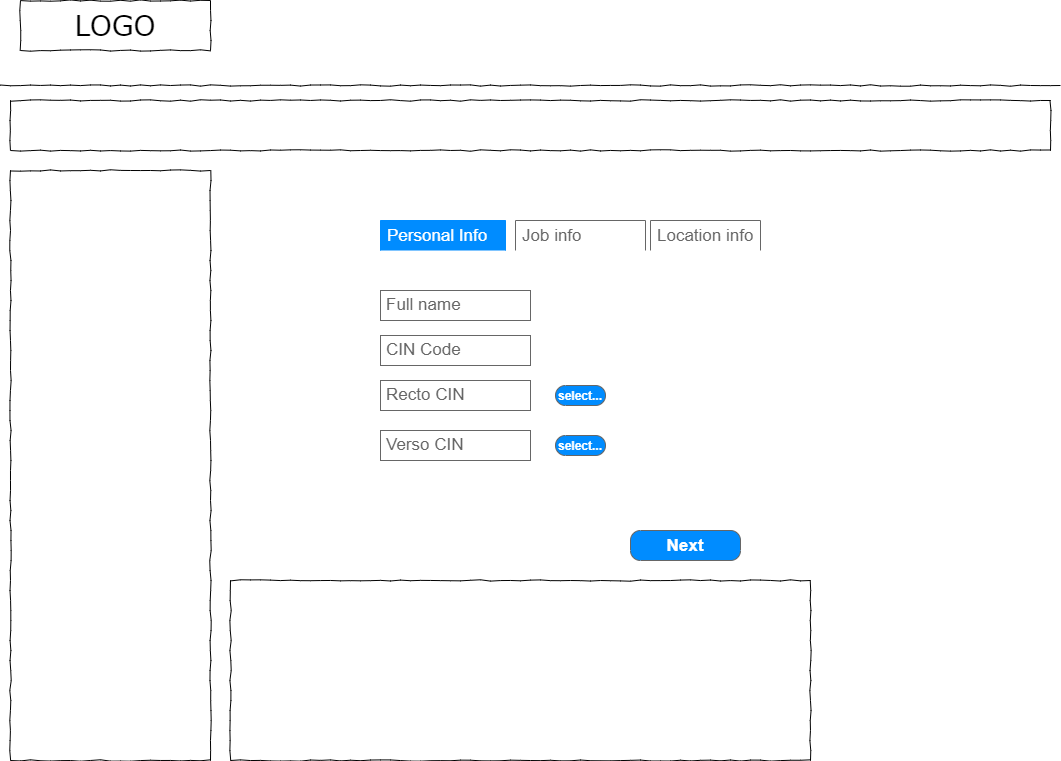
incepter/Tayssir keeps this draw.io diagram as resources/wireframes/userRequestor/picture/UserRequestorForm1.png. Above is the earlier version. Source tidied: cells renumbered, new cells last; positions are measured from the earlier drawing's top-left corner, leaving out a move shared by most shapes. Its diagram source:
```xml
<mxGraphModel background="#ffffff">
  <root>
    <mxCell id="0" />
    <mxCell id="1" parent="0" />
    <mxCell id="2" value="LOGO" style="whiteSpace=wrap;html=1;rounded=0;shadow=0;labelBackgroundColor=none;strokeWidth=1;fontFamily=Verdana;fontSize=28;align=center;comic=1;" parent="1" vertex="1">
      <mxGeometry x="20" width="190" height="50" as="geometry" />
    </mxCell>
    <mxCell id="3" style="whiteSpace=wrap;html=1;rounded=0;shadow=0;labelBackgroundColor=none;strokeWidth=1;fillColor=none;fontFamily=Verdana;fontSize=12;align=center;comic=1;" parent="1" vertex="1">
      <mxGeometry x="10" y="170" width="200" height="590" as="geometry" />
    </mxCell>
    <mxCell id="4" style="line;strokeWidth=1;html=1;rounded=0;shadow=0;labelBackgroundColor=none;fillColor=none;fontFamily=Verdana;fontSize=14;fontColor=#000000;align=center;comic=1;" parent="1" vertex="1">
      <mxGeometry y="80" width="1060" height="10" as="geometry" />
    </mxCell>
    <mxCell id="5" style="whiteSpace=wrap;html=1;rounded=0;shadow=0;labelBackgroundColor=none;strokeWidth=1;fillColor=none;fontFamily=Verdana;fontSize=12;align=center;comic=1;" parent="1" vertex="1">
      <mxGeometry x="10" y="100" width="1040" height="50" as="geometry" />
    </mxCell>
    <mxCell id="6" value="&lt;div style=&quot;text-align: justify&quot;&gt;&lt;br&gt;&lt;/div&gt;" style="whiteSpace=wrap;html=1;rounded=0;shadow=0;labelBackgroundColor=none;strokeWidth=1;fillColor=none;fontFamily=Verdana;fontSize=12;align=center;verticalAlign=top;spacing=10;comic=1;" parent="1" vertex="1">
      <mxGeometry x="230" y="580" width="580" height="180" as="geometry" />
    </mxCell>
    <mxCell id="7" value="Personal Info" style="strokeWidth=1;shadow=0;dashed=0;align=center;html=1;shape=mxgraph.mockup.forms.uRect;fontSize=17;fontColor=#ffffff;align=left;spacingLeft=5;strokeColor=#008cff;fillColor=#008cff;" parent="1" vertex="1">
      <mxGeometry x="380" y="220" width="125" height="30" as="geometry" />
    </mxCell>
    <mxCell id="8" value="Location info" style="strokeWidth=1;shadow=0;dashed=0;align=center;html=1;shape=mxgraph.mockup.forms.uRect;fontSize=17;fontColor=#666666;align=left;spacingLeft=5;strokeColor=#666666;" parent="1" vertex="1">
      <mxGeometry x="650" y="220" width="110" height="30" as="geometry" />
    </mxCell>
    <mxCell id="9" value="Job info" style="strokeWidth=1;shadow=0;dashed=0;align=center;html=1;shape=mxgraph.mockup.forms.uRect;fontSize=17;fontColor=#666666;align=left;spacingLeft=5;strokeColor=#666666;" parent="1" vertex="1">
      <mxGeometry x="515" y="220" width="130" height="30" as="geometry" />
    </mxCell>
    <mxCell id="10" value="Full name" style="strokeWidth=1;shadow=0;dashed=0;align=center;html=1;shape=mxgraph.mockup.text.textBox;fontColor=#666666;align=left;fontSize=17;spacingLeft=4;spacingTop=-3;strokeColor=#666666;mainText=;" parent="1" vertex="1">
      <mxGeometry x="380" y="290" width="150" height="30" as="geometry" />
    </mxCell>
    <mxCell id="11" value="CIN Code" style="strokeWidth=1;shadow=0;dashed=0;align=center;html=1;shape=mxgraph.mockup.text.textBox;fontColor=#666666;align=left;fontSize=17;spacingLeft=4;spacingTop=-3;strokeColor=#666666;mainText=;" parent="1" vertex="1">
      <mxGeometry x="380" y="335" width="150" height="30" as="geometry" />
    </mxCell>
    <mxCell id="12" value="Recto CIN" style="strokeWidth=1;shadow=0;dashed=0;align=center;html=1;shape=mxgraph.mockup.text.textBox;fontColor=#666666;align=left;fontSize=17;spacingLeft=4;spacingTop=-3;strokeColor=#666666;mainText=;" parent="1" vertex="1">
      <mxGeometry x="380" y="380" width="150" height="30" as="geometry" />
    </mxCell>
    <mxCell id="13" value="Verso CIN" style="strokeWidth=1;shadow=0;dashed=0;align=center;html=1;shape=mxgraph.mockup.text.textBox;fontColor=#666666;align=left;fontSize=17;spacingLeft=4;spacingTop=-3;strokeColor=#666666;mainText=;" parent="1" vertex="1">
      <mxGeometry x="380" y="430" width="150" height="30" as="geometry" />
    </mxCell>
    <mxCell id="14" value="select..." style="strokeWidth=1;shadow=0;dashed=0;align=center;html=1;shape=mxgraph.mockup.buttons.button;strokeColor=#666666;fontColor=#ffffff;mainText=;buttonStyle=round;fontSize=12;fontStyle=1;fillColor=#008cff;whiteSpace=wrap;" parent="1" vertex="1">
      <mxGeometry x="555" y="385" width="50" height="20" as="geometry" />
    </mxCell>
    <mxCell id="15" value="select..." style="strokeWidth=1;shadow=0;dashed=0;align=center;html=1;shape=mxgraph.mockup.buttons.button;strokeColor=#666666;fontColor=#ffffff;mainText=;buttonStyle=round;fontSize=12;fontStyle=1;fillColor=#008cff;whiteSpace=wrap;" parent="1" vertex="1">
      <mxGeometry x="555" y="435" width="50" height="20" as="geometry" />
    </mxCell>
    <mxCell id="16" value="Next" style="strokeWidth=1;shadow=0;dashed=0;align=center;html=1;shape=mxgraph.mockup.buttons.button;strokeColor=#666666;fontColor=#ffffff;mainText=;buttonStyle=round;fontSize=17;fontStyle=1;fillColor=#008cff;whiteSpace=wrap;" parent="1" vertex="1">
      <mxGeometry x="630" y="530" width="110" height="30" as="geometry" />
    </mxCell>
  </root>
</mxGraphModel>
```
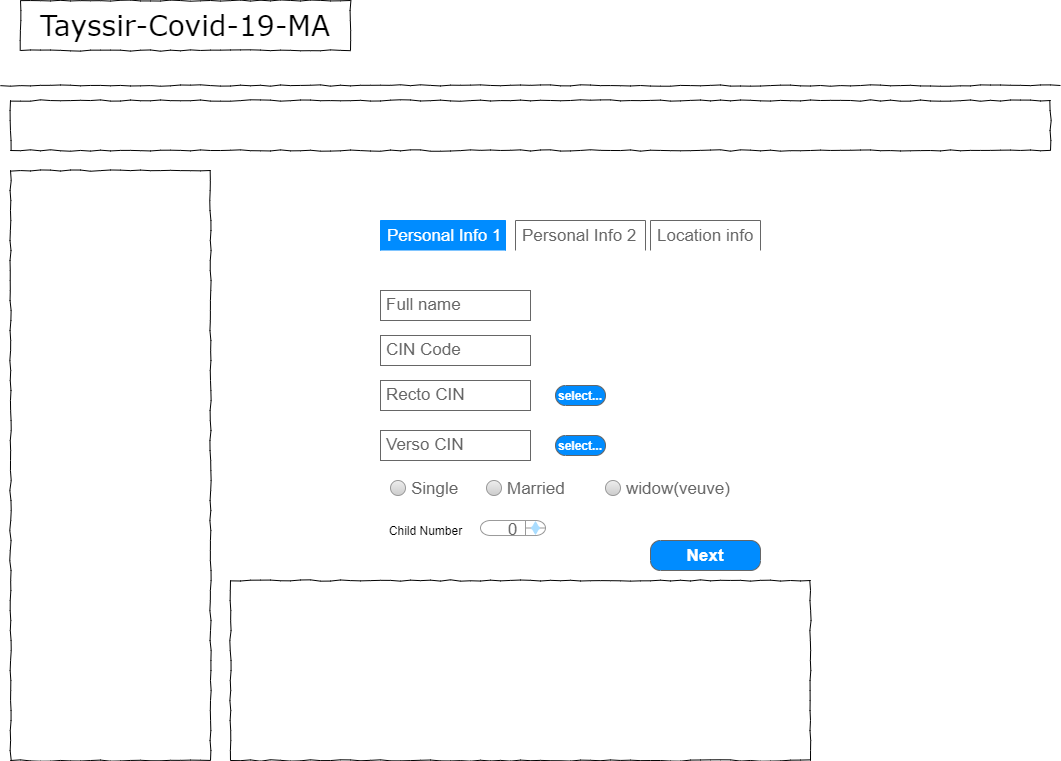
After the change.

Commit message:
[YMI][Tayssir] : Create JS examples and TS models for data to be used #4 -Add Ramed and Family status information

Change to the diagram source:
```diff
@@ -2,9 +2,6 @@
   <root>
     <mxCell id="0" />
     <mxCell id="1" parent="0" />
-    <mxCell id="2" value="LOGO" style="whiteSpace=wrap;html=1;rounded=0;shadow=0;labelBackgroundColor=none;strokeWidth=1;fontFamily=Verdana;fontSize=28;align=center;comic=1;" parent="1" vertex="1">
-      <mxGeometry x="20" width="190" height="50" as="geometry" />
-    </mxCell>
     <mxCell id="3" style="whiteSpace=wrap;html=1;rounded=0;shadow=0;labelBackgroundColor=none;strokeWidth=1;fillColor=none;fontFamily=Verdana;fontSize=12;align=center;comic=1;" parent="1" vertex="1">
       <mxGeometry x="10" y="170" width="200" height="590" as="geometry" />
     </mxCell>
@@ -17,13 +14,13 @@
     <mxCell id="6" value="&lt;div style=&quot;text-align: justify&quot;&gt;&lt;br&gt;&lt;/div&gt;" style="whiteSpace=wrap;html=1;rounded=0;shadow=0;labelBackgroundColor=none;strokeWidth=1;fillColor=none;fontFamily=Verdana;fontSize=12;align=center;verticalAlign=top;spacing=10;comic=1;" parent="1" vertex="1">
       <mxGeometry x="230" y="580" width="580" height="180" as="geometry" />
     </mxCell>
-    <mxCell id="7" value="Personal Info" style="strokeWidth=1;shadow=0;dashed=0;align=center;html=1;shape=mxgraph.mockup.forms.uRect;fontSize=17;fontColor=#ffffff;align=left;spacingLeft=5;strokeColor=#008cff;fillColor=#008cff;" parent="1" vertex="1">
+    <mxCell id="7" value="Personal Info 1" style="strokeWidth=1;shadow=0;dashed=0;align=center;html=1;shape=mxgraph.mockup.forms.uRect;fontSize=17;fontColor=#ffffff;align=left;spacingLeft=5;strokeColor=#008cff;fillColor=#008cff;" parent="1" vertex="1">
       <mxGeometry x="380" y="220" width="125" height="30" as="geometry" />
     </mxCell>
     <mxCell id="8" value="Location info" style="strokeWidth=1;shadow=0;dashed=0;align=center;html=1;shape=mxgraph.mockup.forms.uRect;fontSize=17;fontColor=#666666;align=left;spacingLeft=5;strokeColor=#666666;" parent="1" vertex="1">
       <mxGeometry x="650" y="220" width="110" height="30" as="geometry" />
     </mxCell>
-    <mxCell id="9" value="Job info" style="strokeWidth=1;shadow=0;dashed=0;align=center;html=1;shape=mxgraph.mockup.forms.uRect;fontSize=17;fontColor=#666666;align=left;spacingLeft=5;strokeColor=#666666;" parent="1" vertex="1">
+    <mxCell id="9" value="Personal Info 2" style="strokeWidth=1;shadow=0;dashed=0;align=center;html=1;shape=mxgraph.mockup.forms.uRect;fontSize=17;fontColor=#666666;align=left;spacingLeft=5;strokeColor=#666666;" parent="1" vertex="1">
       <mxGeometry x="515" y="220" width="130" height="30" as="geometry" />
     </mxCell>
     <mxCell id="10" value="Full name" style="strokeWidth=1;shadow=0;dashed=0;align=center;html=1;shape=mxgraph.mockup.text.textBox;fontColor=#666666;align=left;fontSize=17;spacingLeft=4;spacingTop=-3;strokeColor=#666666;mainText=;" parent="1" vertex="1">
@@ -45,7 +42,25 @@
       <mxGeometry x="555" y="435" width="50" height="20" as="geometry" />
     </mxCell>
     <mxCell id="16" value="Next" style="strokeWidth=1;shadow=0;dashed=0;align=center;html=1;shape=mxgraph.mockup.buttons.button;strokeColor=#666666;fontColor=#ffffff;mainText=;buttonStyle=round;fontSize=17;fontStyle=1;fillColor=#008cff;whiteSpace=wrap;" parent="1" vertex="1">
-      <mxGeometry x="630" y="530" width="110" height="30" as="geometry" />
+      <mxGeometry x="650" y="540" width="110" height="30" as="geometry" />
     </mxCell>
+    <mxCell id="17" value="Tayssir-Covid-19-MA" style="whiteSpace=wrap;html=1;rounded=0;shadow=0;labelBackgroundColor=none;strokeWidth=1;fontFamily=Verdana;fontSize=28;align=center;comic=1;" parent="1" vertex="1">
+      <mxGeometry x="20" width="330" height="50" as="geometry" />
+    </mxCell>
+    <mxCell id="18" value="Single" style="shape=ellipse;fillColor=#eeeeee;strokeColor=#999999;gradientColor=#cccccc;html=1;align=left;spacingLeft=4;fontSize=17;fontColor=#666666;labelPosition=right;shadow=0;noLabel=0;labelPadding=1;" parent="1" vertex="1">
+      <mxGeometry x="390" y="480" width="15" height="15" as="geometry" />
+    </mxCell>
+    <mxCell id="19" value="Married" style="shape=ellipse;fillColor=#eeeeee;strokeColor=#999999;gradientColor=#cccccc;html=1;align=left;spacingLeft=4;fontSize=17;fontColor=#666666;labelPosition=right;shadow=0;" parent="1" vertex="1">
+      <mxGeometry x="486" y="480" width="15" height="15" as="geometry" />
+    </mxCell>
+    <mxCell id="20" value="widow(veuve)" style="shape=ellipse;fillColor=#eeeeee;strokeColor=#999999;gradientColor=#cccccc;html=1;align=left;spacingLeft=4;fontSize=17;fontColor=#666666;labelPosition=right;shadow=0;" parent="1" vertex="1">
+      <mxGeometry x="605" y="480" width="15" height="15" as="geometry" />
+    </mxCell>
+    <mxCell id="21" value="0" style="strokeWidth=1;shadow=0;dashed=0;align=center;html=1;shape=mxgraph.mockup.forms.spinner;strokeColor=#999999;spinLayout=right;spinStyle=normal;adjStyle=triangle;fillColor=#aaddff;fontSize=17;fontColor=#666666;mainText=;html=1;overflow=fill;" parent="1" vertex="1">
+      <mxGeometry x="480" y="520" width="65" height="15" as="geometry" />
+    </mxCell>
+    <mxCell id="22" value="Child Number" style="text;html=1;align=center;verticalAlign=middle;fontSize=12;" parent="1" vertex="1">
+      <mxGeometry x="380" y="520" width="90" height="20" as="geometry" />
+    </mxCell>
   </root>
 </mxGraphModel>
```
